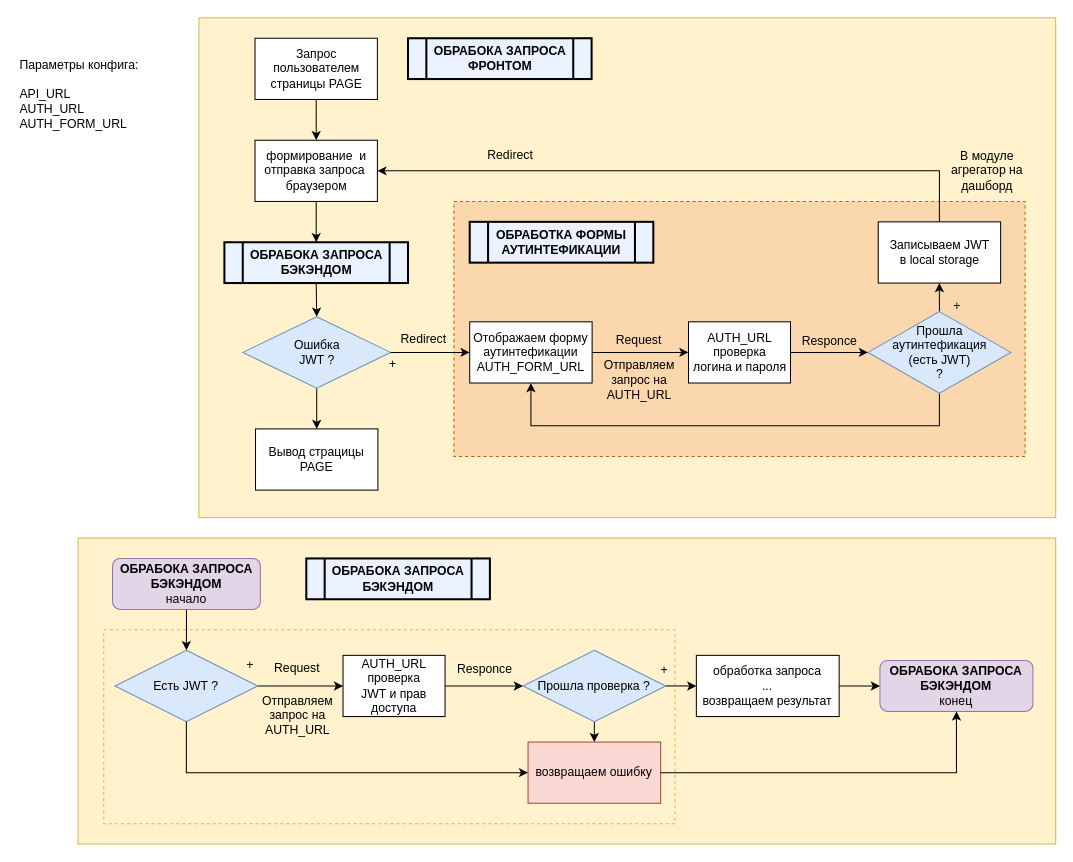
This is page "authentication ru" (2 of 2) of Documetation/Diargams/authentication.drawio from dmitry-roschupkin/code-examples, a draw.io file, before an edit. Source tidied: cells renumbered, new cells numbered last; positions are measured from the earlier drawing's top-left corner, leaving out a move shared by most shapes. Both pictures are drawn from the tidied source at 102%, with x=0, y=0 at pixel (17, 17).
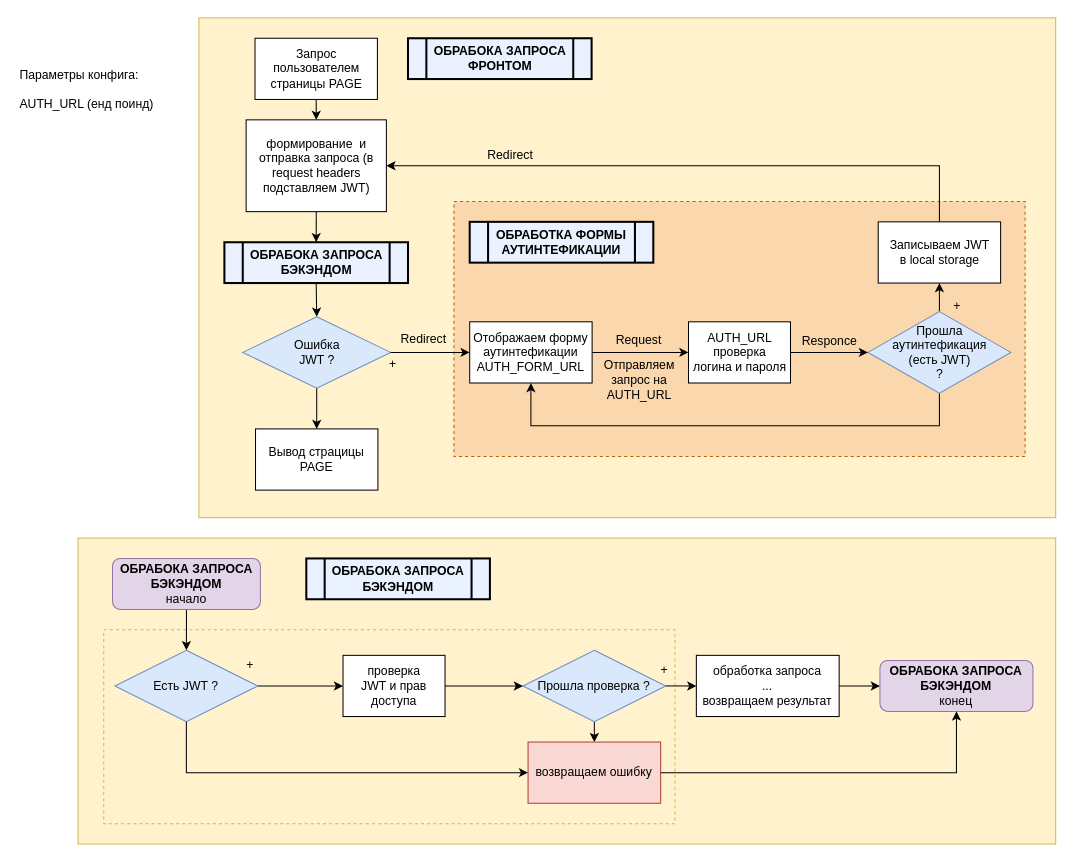
The same page after the edit.

Diff of the diagram source:
```diff
@@
-    <mxCell id="6" value="Параметры конфига:&lt;br&gt;&lt;br&gt;API_URL&lt;br&gt;AUTH_URL&lt;br&gt;AUTH_FORM_URL" style="text;html=1;strokeColor=none;fillColor=none;align=left;verticalAlign=middle;whiteSpace=wrap;rounded=0;" parent="1" vertex="1">
-      <mxGeometry y="30" width="130" height="90" as="geometry" />
+    <mxCell id="6" value="Параметры конфига:&lt;br&gt;&lt;br&gt;AUTH_URL (енд поинд)&lt;br&gt;" style="text;html=1;strokeColor=none;fillColor=none;align=left;verticalAlign=middle;whiteSpace=wrap;rounded=0;" parent="1" vertex="1">
+      <mxGeometry width="140" height="140" as="geometry" />
     </mxCell>
@@
-    <mxCell id="20" value="В модуле&lt;br&gt;агрегатор на дашборд" style="text;html=1;strokeColor=none;fillColor=none;align=center;verticalAlign=middle;whiteSpace=wrap;rounded=0;" parent="1" vertex="1">
-      <mxGeometry x="911" y="125" width="79" height="50" as="geometry" />
-    </mxCell>
@@
-    <mxCell id="40" value="формирование&amp;nbsp; и отправка запроса&amp;nbsp;&lt;br&gt;браузером" style="rounded=0;whiteSpace=wrap;html=1;" parent="1" vertex="1">
-      <mxGeometry x="232.5" y="120" width="120" height="60" as="geometry" />
+    <mxCell id="40" value="формирование&amp;nbsp; и отправка запроса (в request headers подставляем JWT)" style="rounded=0;whiteSpace=wrap;html=1;" parent="1" vertex="1">
+      <mxGeometry x="223.8" y="100" width="137.5" height="90" as="geometry" />
     </mxCell>
@@
-    <mxCell id="49" value="AUTH_URL&lt;br&gt;проверка &lt;br&gt;JWT и прав доступа" style="rounded=0;whiteSpace=wrap;html=1;" parent="1" vertex="1">
+    <mxCell id="49" value="проверка &lt;br&gt;JWT и прав доступа" style="rounded=0;whiteSpace=wrap;html=1;" parent="1" vertex="1">
       <mxGeometry x="318.8" y="625" width="100" height="60" as="geometry" />
     </mxCell>
-    <mxCell id="50" value="Request" style="text;html=1;strokeColor=none;fillColor=none;align=center;verticalAlign=middle;whiteSpace=wrap;rounded=0;" parent="1" vertex="1">
-      <mxGeometry x="244.4" y="629" width="60" height="17" as="geometry" />
-    </mxCell>
-    <mxCell id="51" value="Responce" style="text;html=1;strokeColor=none;fillColor=none;align=center;verticalAlign=middle;whiteSpace=wrap;rounded=0;" parent="1" vertex="1">
-      <mxGeometry x="428.4" y="630" width="60" height="17" as="geometry" />
-    </mxCell>
-    <mxCell id="52" value="Отправляем запрос на&lt;br&gt;AUTH_URL" style="text;html=1;strokeColor=none;fillColor=none;align=center;verticalAlign=middle;whiteSpace=wrap;rounded=0;dashed=1;" parent="1" vertex="1">
-      <mxGeometry x="237.1" y="669" width="74.5" height="30" as="geometry" />
-    </mxCell>
```
